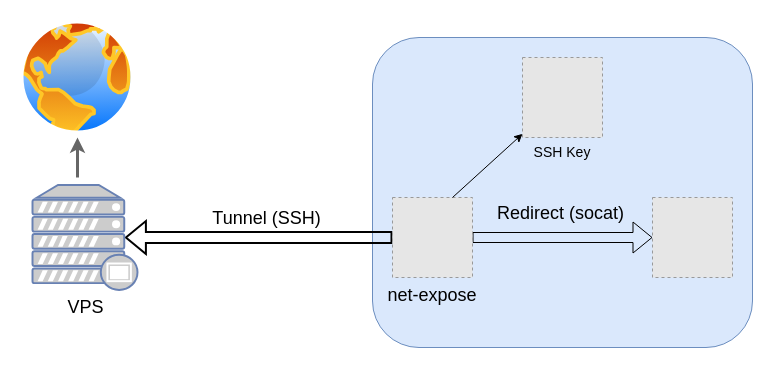
This is assets/net-expose-schematic.drawio from operatorequals/k8s-net-expose, a draw.io file, before an edit. Source tidied: cells renumbered, new cells numbered last; positions are measured from the earlier drawing's top-left corner, leaving out a move shared by most shapes. Both pictures are drawn from the tidied source at 100%, with x=0, y=0 at pixel (17, 17). Pictures stored in the file or linked from it are replaced by grey dashed boxes.
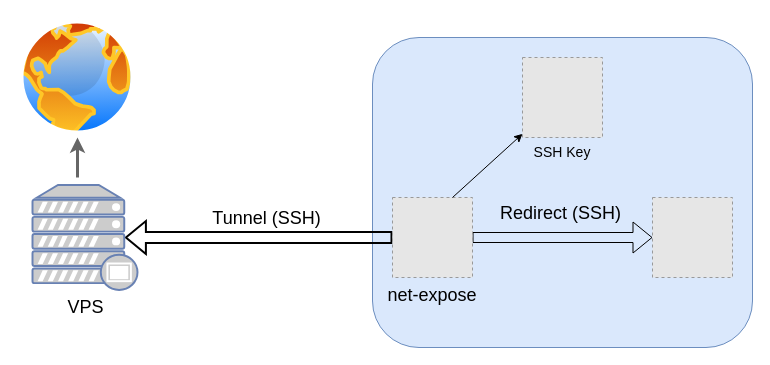
After the change.

What changed in the source:
```diff
@@
 <mxGraphModel>
   <root>
     <mxCell id="0" />
     <mxCell id="1" parent="0" />
     <mxCell id="2" style="rounded=1;whiteSpace=wrap;html=1;fontSize=18;fillColor=#dae8fc;strokeColor=#6c8ebf;" parent="1" vertex="1">
       <mxGeometry x="355" y="20" width="380" height="310" as="geometry" />
     </mxCell>
     <mxCell id="3" style="edgeStyle=orthogonalEdgeStyle;rounded=0;jettySize=auto;html=1;entryX=0.88;entryY=0.5;entryDx=0;entryDy=0;entryPerimeter=0;shape=flexArrow;strokeWidth=2;" parent="1" edge="1" source="6" target="8">
       <mxGeometry relative="1" as="geometry" />
     </mxCell>
     <mxCell id="4" value="Tunnel (SSH)" style="text;html=1;align=center;verticalAlign=middle;labelBackgroundColor=#ffffff;fontSize=18;" parent="3" vertex="1">
       <mxGeometry x="-0.22" y="-5" relative="1" as="geometry">
         <mxPoint x="-22.5" y="-15" as="offset" />
       </mxGeometry>
     </mxCell>
     <mxCell id="5" style="edgeStyle=orthogonalEdgeStyle;shape=flexArrow;rounded=0;jettySize=auto;html=1;entryX=0;entryY=0.5;entryDx=0;entryDy=0;strokeWidth=1;fontSize=14;" parent="1" edge="1" source="6" target="7">
       <mxGeometry relative="1" as="geometry" />
     </mxCell>
     <mxCell id="6" value="net-expose" style="fillColor=#E6E6E6;strokeColor=#999999;dashed=1;verticalLabelPosition=bottom;verticalAlign=top;fontSize=18;" parent="1" vertex="1">
       <mxGeometry x="375" y="180" width="80" height="80" as="geometry" />
     </mxCell>
     <mxCell id="7" style="fillColor=#E6E6E6;strokeColor=#999999;dashed=1;verticalLabelPosition=bottom;verticalAlign=top;" parent="1" vertex="1">
       <mxGeometry x="635" y="180" width="80" height="80" as="geometry" />
     </mxCell>
     <mxCell id="8" value="VPS" style="fontColor=#000000;verticalAlign=top;verticalLabelPosition=bottom;labelPosition=center;align=center;html=1;outlineConnect=0;fillColor=#CCCCCC;strokeColor=#6881B3;gradientColor=none;gradientDirection=north;strokeWidth=2;shape=mxgraph.networks.proxy_server;fontSize=18;" parent="1" vertex="1">
       <mxGeometry x="15" y="167.5" width="105" height="105" as="geometry" />
     </mxCell>
-    <mxCell id="9" value="Redirect (socat)" style="text;html=1;align=center;verticalAlign=middle;labelBackgroundColor=#DAE8FC;fontSize=18;" parent="1" vertex="1">
+    <mxCell id="9" value="Redirect (SSH)" style="text;html=1;align=center;verticalAlign=middle;labelBackgroundColor=#DAE8FC;fontSize=18;" parent="1" vertex="1">
       <mxGeometry x="565" y="210" as="geometry">
         <mxPoint x="-22.5" y="-15" as="offset" />
       </mxGeometry>
     </mxCell>
     <mxCell id="10" value="SSH Key" style="fillColor=#E6E6E6;strokeColor=#999999;dashed=1;verticalLabelPosition=bottom;verticalAlign=top;fontSize=14;" parent="1" vertex="1">
       <mxGeometry x="505" y="40" width="80" height="80" as="geometry" />
     </mxCell>
     <mxCell id="11" style="endArrow=classic;html=1;strokeWidth=1;fontSize=14;exitX=0.75;exitY=0;exitDx=0;exitDy=0;" parent="1" edge="1" source="6" target="10">
       <mxGeometry relative="1" as="geometry" />
     </mxCell>
     <mxCell id="12" style="perimeter=ellipsePerimeter;html=1;align=center;shadow=0;dashed=0;spacingTop=3;image;image=img/lib/active_directory/internet_globe.svg;fontSize=18;fontColor=#000000;" parent="1" vertex="1">
       <mxGeometry width="120" height="120" as="geometry" />
     </mxCell>
     <mxCell id="13" style="endArrow=classic;html=1;strokeWidth=3;fontSize=18;fontColor=#000000;entryX=0.5;entryY=1;entryDx=0;entryDy=0;fillColor=#f5f5f5;strokeColor=#666666;" parent="1" edge="1" target="12">
       <mxGeometry relative="1" as="geometry">
         <mxPoint x="60" y="160" as="sourcePoint" />
       </mxGeometry>
     </mxCell>
   </root>
 </mxGraphModel>
```
